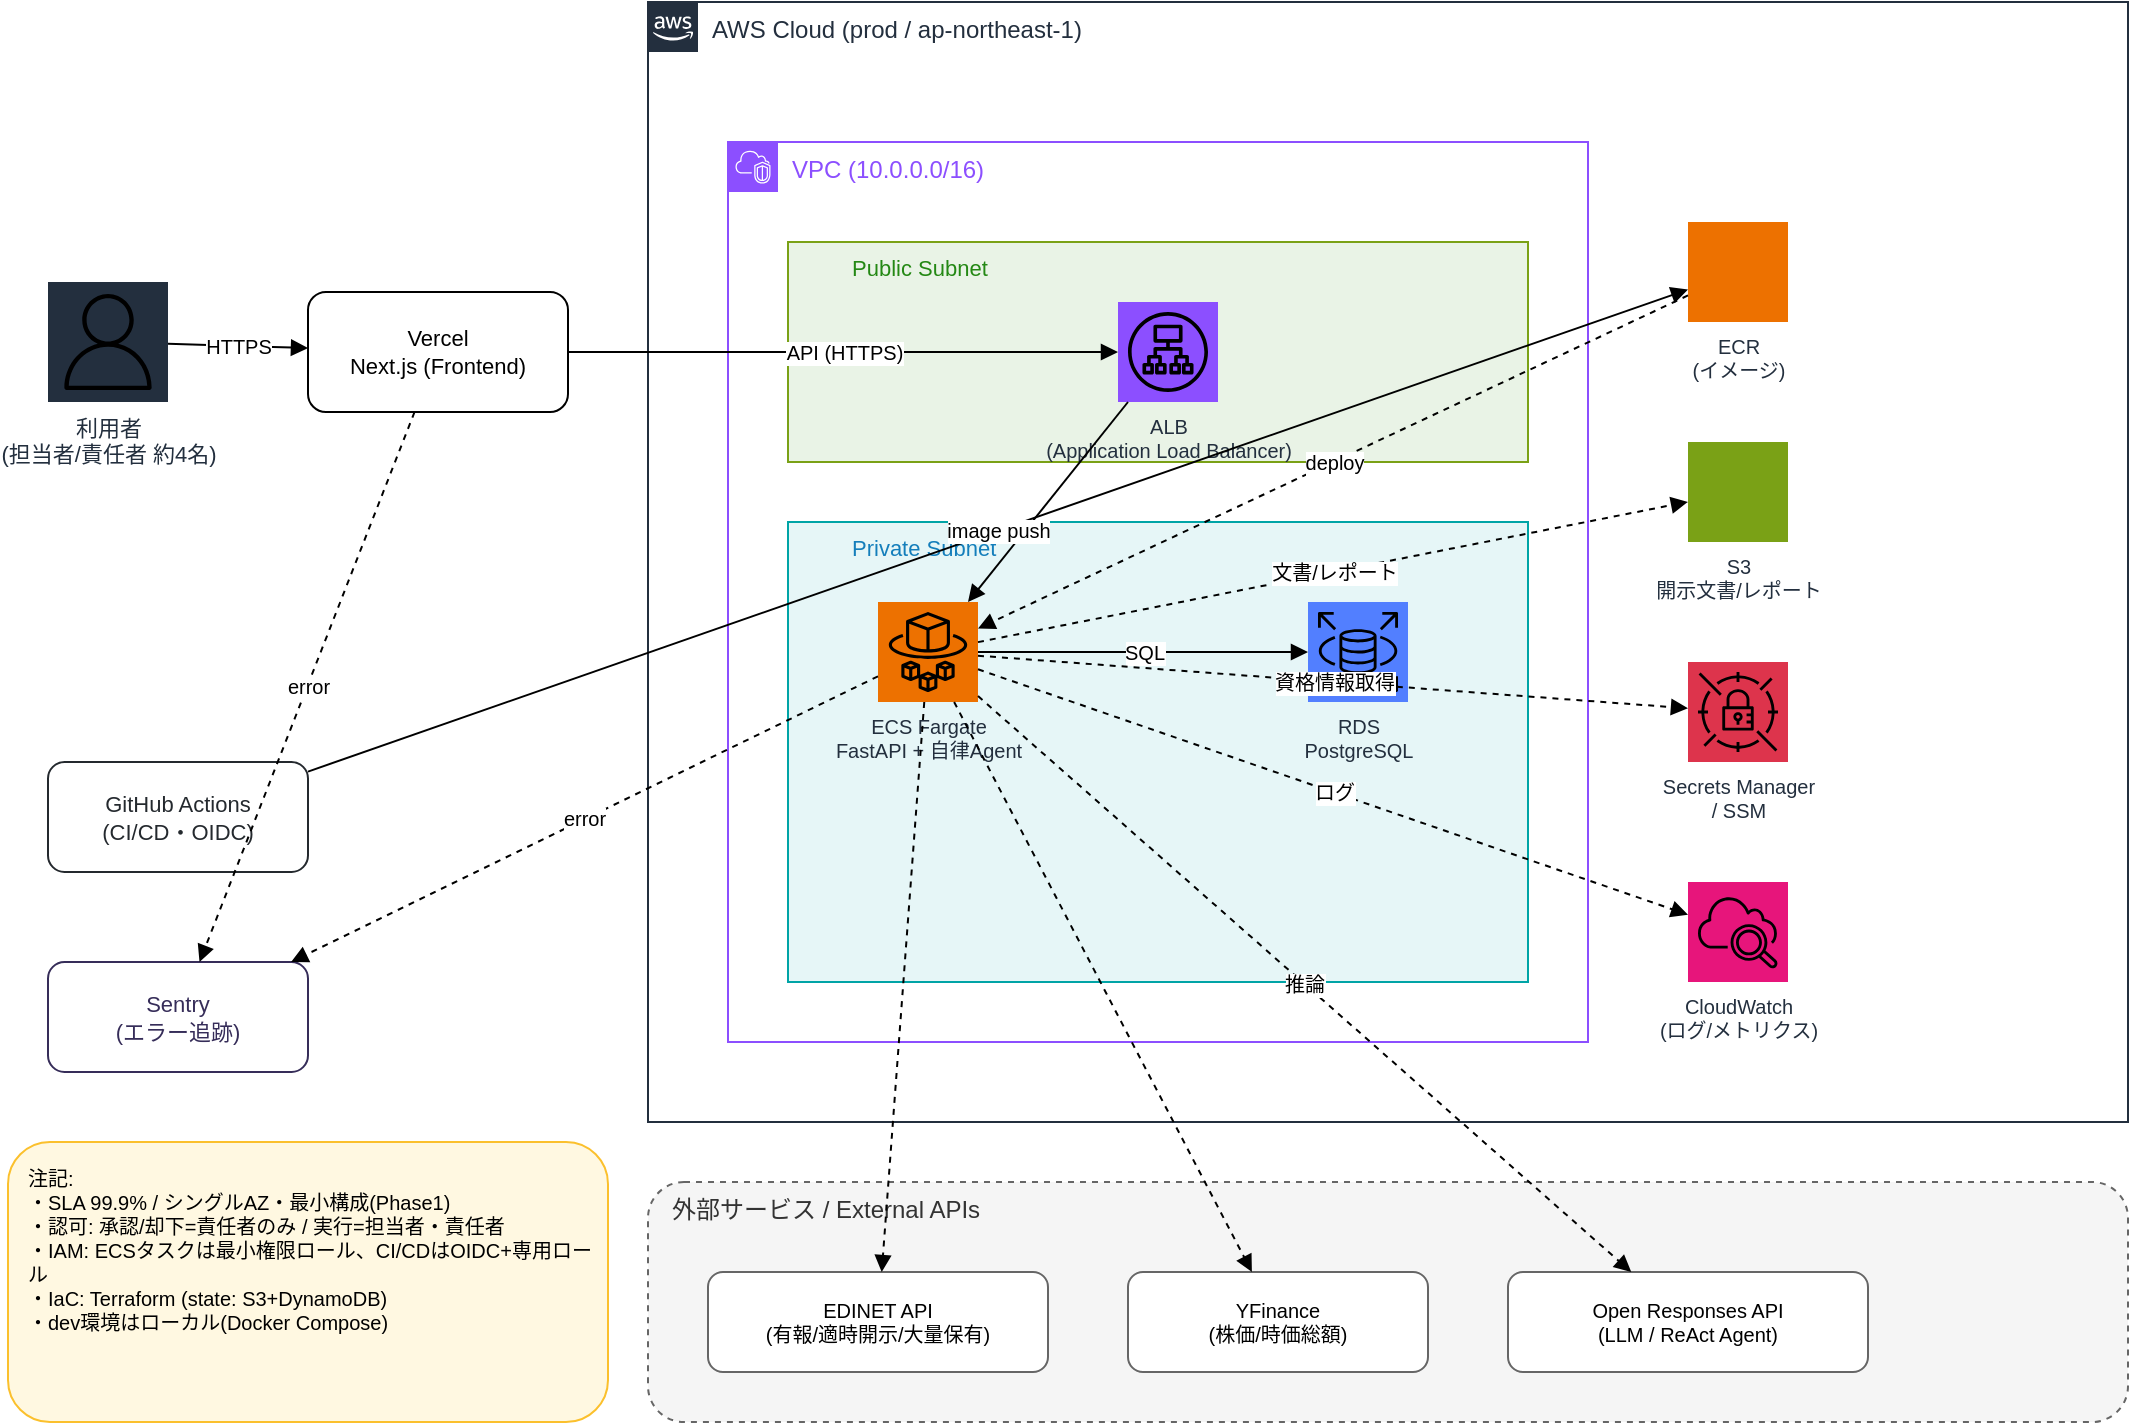
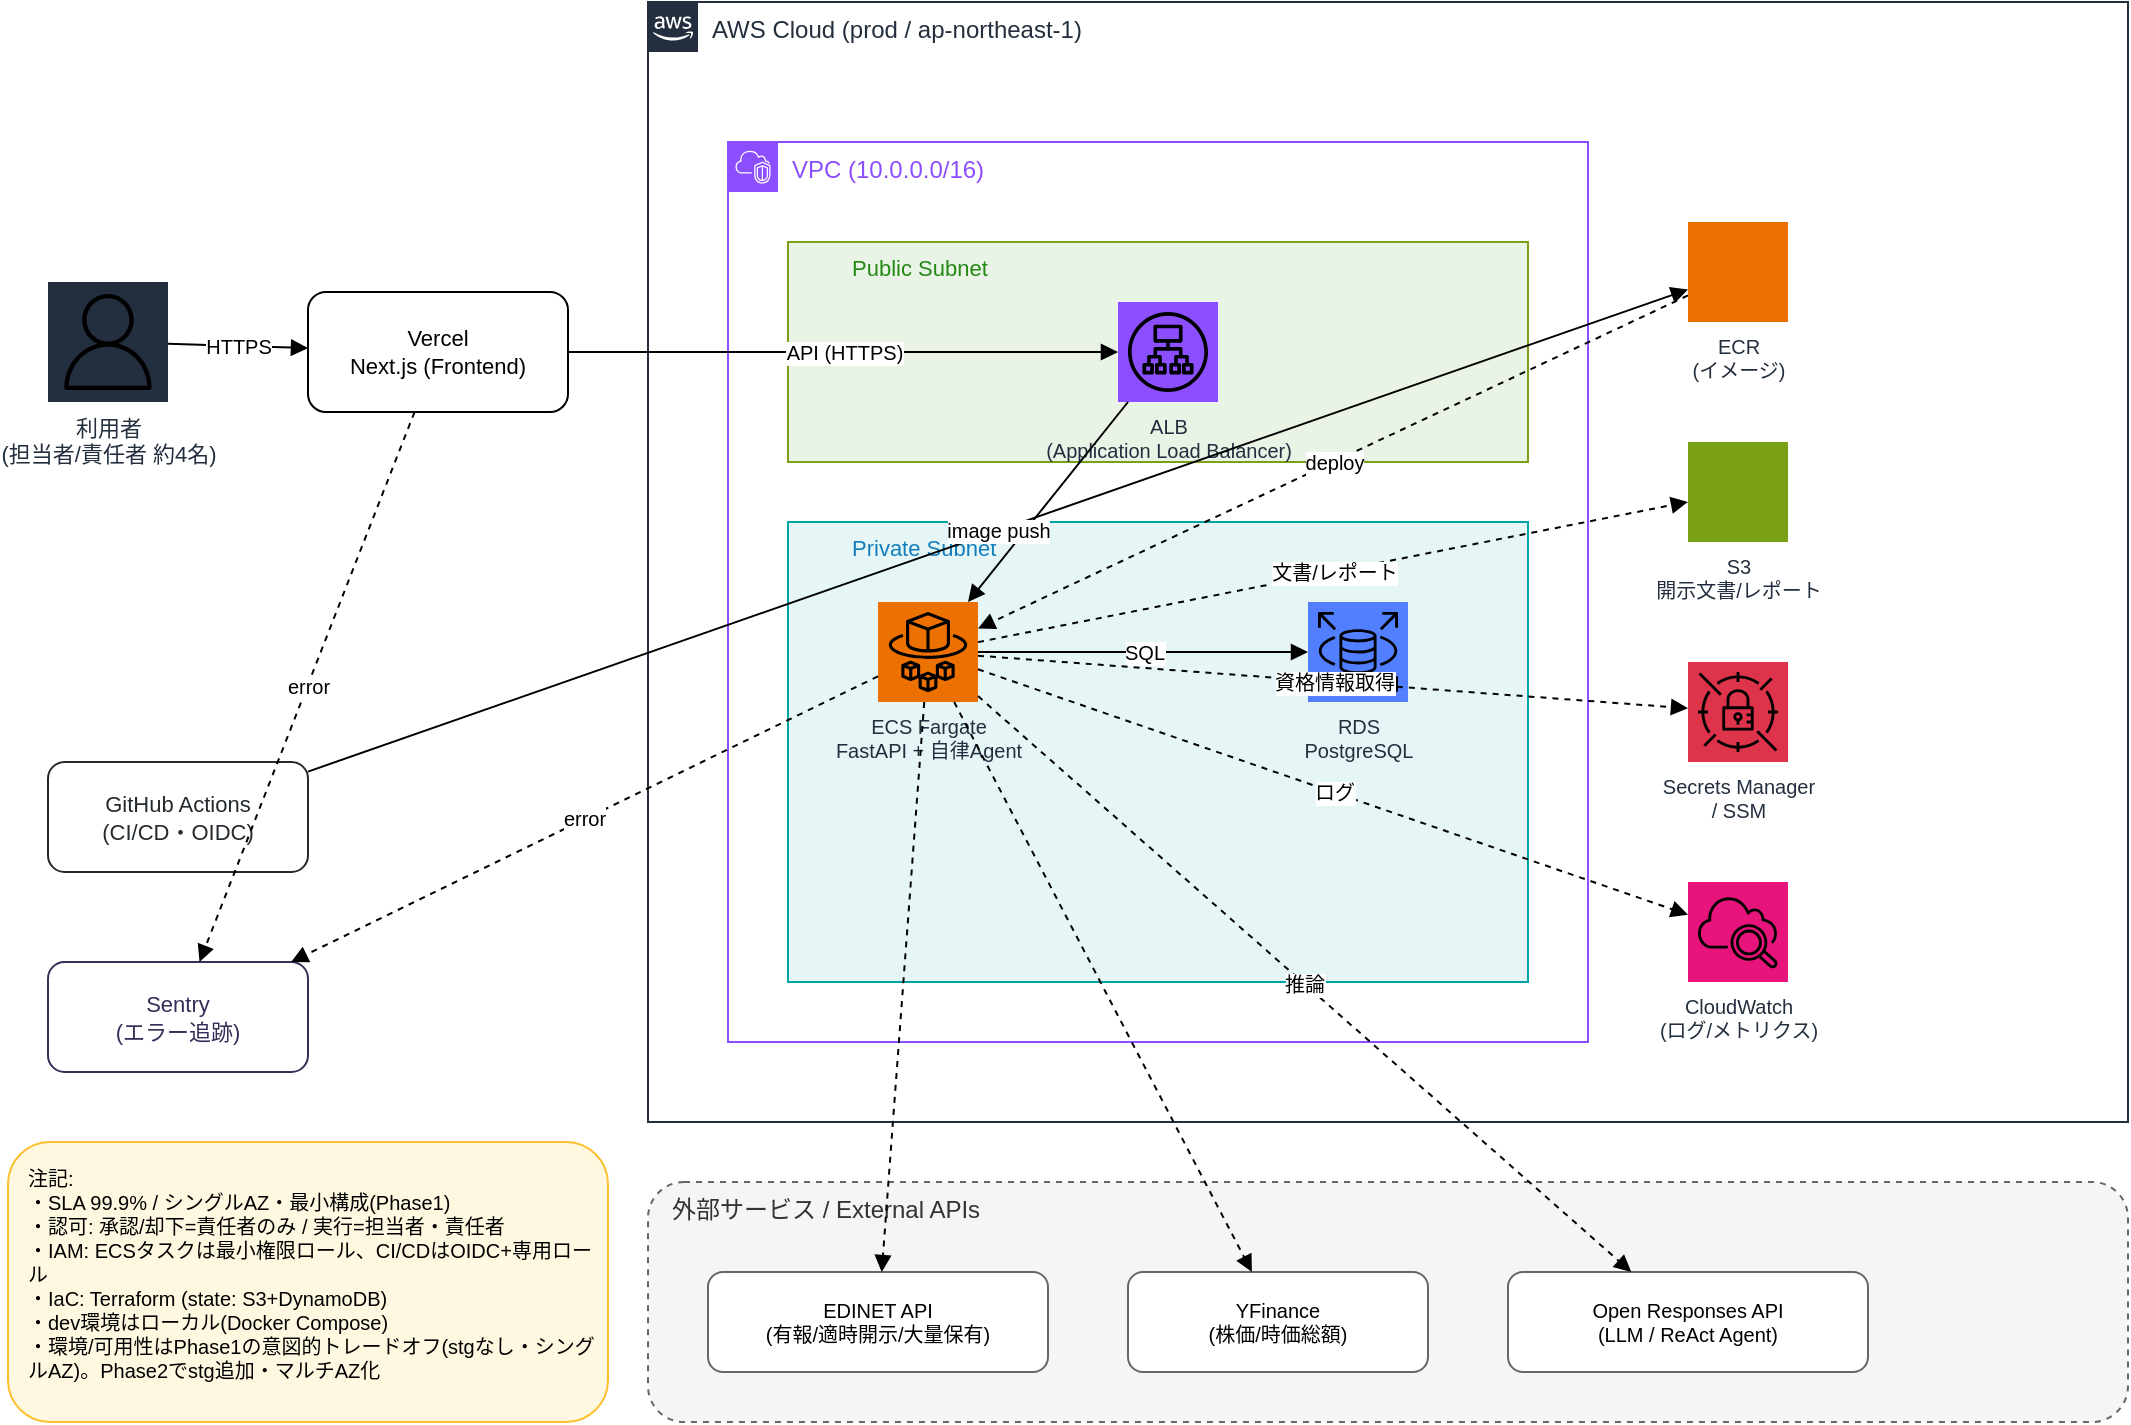
<?xml version="1.0" encoding="UTF-8"?>
<mxfile host="app.diagrams.net" type="device">
  <diagram name="クラウド構成図(prod)" id="cloud-prod">
    <mxGraphModel dx="1200" dy="800" grid="1" gridSize="10" guides="1" tooltips="1" connect="1" arrows="1" fold="1" page="1" pageScale="1" pageWidth="1169" pageHeight="826" math="0" shadow="0">
      <root>
        <mxCell id="0"/>
        <mxCell id="1" parent="0"/>

        <!-- ===== Containers (背景・先に宣言してz順を下に) ===== -->
        <mxCell id="awscloud" value="AWS Cloud (prod / ap-northeast-1)" style="sketch=0;points=[[0,0],[0.25,0],[0.5,0],[0.75,0],[1,0],[1,0.25],[1,0.5],[1,0.75],[1,1],[0.75,1],[0.5,1],[0.25,1],[0,1],[0,0.75],[0,0.5],[0,0.25]];outlineConnect=0;gradientColor=none;html=1;whiteSpace=wrap;fontSize=12;fontStyle=0;container=0;pointerEvents=0;collapsible=0;recursiveResize=0;shape=mxgraph.aws4.group;grIcon=mxgraph.aws4.group_aws_cloud_alt;strokeColor=#232F3E;fillColor=none;verticalAlign=top;align=left;spacingLeft=30;fontColor=#232F3E;dashed=0;" vertex="1" parent="1">
          <mxGeometry x="360" y="40" width="740" height="560" as="geometry"/>
        </mxCell>

        <mxCell id="vpc" value="VPC (10.0.0.0/16)" style="sketch=0;outlineConnect=0;gradientColor=none;html=1;whiteSpace=wrap;fontSize=12;fontStyle=0;container=0;pointerEvents=0;collapsible=0;recursiveResize=0;shape=mxgraph.aws4.group;grIcon=mxgraph.aws4.group_vpc2;strokeColor=#8C4FFF;fillColor=none;verticalAlign=top;align=left;spacingLeft=30;fontColor=#8C4FFF;dashed=0;" vertex="1" parent="1">
          <mxGeometry x="400" y="110" width="430" height="450" as="geometry"/>
        </mxCell>

        <mxCell id="subpub" value="Public Subnet" style="sketch=0;outlineConnect=0;gradientColor=none;html=1;whiteSpace=wrap;fontSize=11;fontStyle=0;container=0;pointerEvents=0;collapsible=0;recursiveResize=0;shape=mxgraph.aws4.group;grIcon=mxgraph.aws4.group_public_subnet;strokeColor=#7AA116;fillColor=#E9F3E6;verticalAlign=top;align=left;spacingLeft=30;fontColor=#248814;dashed=0;" vertex="1" parent="1">
          <mxGeometry x="430" y="160" width="370" height="110" as="geometry"/>
        </mxCell>

        <mxCell id="subpri" value="Private Subnet" style="sketch=0;outlineConnect=0;gradientColor=none;html=1;whiteSpace=wrap;fontSize=11;fontStyle=0;container=0;pointerEvents=0;collapsible=0;recursiveResize=0;shape=mxgraph.aws4.group;grIcon=mxgraph.aws4.group_private_subnet;strokeColor=#00A4A6;fillColor=#E6F6F7;verticalAlign=top;align=left;spacingLeft=30;fontColor=#147EBB;dashed=0;" vertex="1" parent="1">
          <mxGeometry x="430" y="300" width="370" height="230" as="geometry"/>
        </mxCell>

        <mxCell id="extbox" value="外部サービス / External APIs" style="rounded=1;whiteSpace=wrap;html=1;dashed=1;strokeColor=#666666;fillColor=#F5F5F5;verticalAlign=top;align=left;spacingLeft=10;fontColor=#333333;fontSize=12;" vertex="1" parent="1">
          <mxGeometry x="360" y="630" width="740" height="120" as="geometry"/>
        </mxCell>

        <!-- ===== Icons ===== -->
        <mxCell id="user" value="利用者&#10;(担当者/責任者 約4名)" style="sketch=0;outlineConnect=0;fontColor=#232F3E;gradientColor=none;fillColor=#232F3E;strokeColor=none;dashed=0;verticalLabelPosition=bottom;verticalAlign=top;align=center;html=1;fontSize=11;shape=mxgraph.aws4.resourceIcon;resIcon=mxgraph.aws4.user;" vertex="1" parent="1">
          <mxGeometry x="60" y="180" width="60" height="60" as="geometry"/>
        </mxCell>

        <mxCell id="vercel" value="Vercel&#10;Next.js (Frontend)" style="rounded=1;whiteSpace=wrap;html=1;fillColor=#FFFFFF;strokeColor=#000000;fontSize=11;fontColor=#000000;" vertex="1" parent="1">
          <mxGeometry x="190" y="185" width="130" height="60" as="geometry"/>
        </mxCell>

        <mxCell id="alb" value="ALB&#10;(Application Load Balancer)" style="sketch=0;outlineConnect=0;fontColor=#232F3E;gradientColor=none;fillColor=#8C4FFF;strokeColor=none;dashed=0;verticalLabelPosition=bottom;verticalAlign=top;align=center;html=1;fontSize=10;shape=mxgraph.aws4.resourceIcon;resIcon=mxgraph.aws4.application_load_balancer;" vertex="1" parent="1">
          <mxGeometry x="595" y="190" width="50" height="50" as="geometry"/>
        </mxCell>

        <mxCell id="ecs" value="ECS Fargate&#10;FastAPI + 自律Agent" style="sketch=0;outlineConnect=0;fontColor=#232F3E;gradientColor=none;fillColor=#ED7100;strokeColor=none;dashed=0;verticalLabelPosition=bottom;verticalAlign=top;align=center;html=1;fontSize=10;shape=mxgraph.aws4.resourceIcon;resIcon=mxgraph.aws4.fargate;" vertex="1" parent="1">
          <mxGeometry x="475" y="340" width="50" height="50" as="geometry"/>
        </mxCell>

        <mxCell id="rds" value="RDS&#10;PostgreSQL" style="sketch=0;outlineConnect=0;fontColor=#232F3E;gradientColor=none;fillColor=#527FFF;strokeColor=none;dashed=0;verticalLabelPosition=bottom;verticalAlign=top;align=center;html=1;fontSize=10;shape=mxgraph.aws4.resourceIcon;resIcon=mxgraph.aws4.rds;" vertex="1" parent="1">
          <mxGeometry x="690" y="340" width="50" height="50" as="geometry"/>
        </mxCell>

        <mxCell id="ecr" value="ECR&#10;(イメージ)" style="sketch=0;outlineConnect=0;fontColor=#232F3E;gradientColor=none;fillColor=#ED7100;strokeColor=none;dashed=0;verticalLabelPosition=bottom;verticalAlign=top;align=center;html=1;fontSize=10;shape=mxgraph.aws4.resourceIcon;resIcon=mxgraph.aws4.elastic_container_registry;" vertex="1" parent="1">
          <mxGeometry x="880" y="150" width="50" height="50" as="geometry"/>
        </mxCell>

        <mxCell id="s3" value="S3&#10;開示文書/レポート" style="sketch=0;outlineConnect=0;fontColor=#232F3E;gradientColor=none;fillColor=#7AA116;strokeColor=none;dashed=0;verticalLabelPosition=bottom;verticalAlign=top;align=center;html=1;fontSize=10;shape=mxgraph.aws4.resourceIcon;resIcon=mxgraph.aws4.simple_storage_service;" vertex="1" parent="1">
          <mxGeometry x="880" y="260" width="50" height="50" as="geometry"/>
        </mxCell>

        <mxCell id="secrets" value="Secrets Manager&#10;/ SSM" style="sketch=0;outlineConnect=0;fontColor=#232F3E;gradientColor=none;fillColor=#DD344C;strokeColor=none;dashed=0;verticalLabelPosition=bottom;verticalAlign=top;align=center;html=1;fontSize=10;shape=mxgraph.aws4.resourceIcon;resIcon=mxgraph.aws4.secrets_manager;" vertex="1" parent="1">
          <mxGeometry x="880" y="370" width="50" height="50" as="geometry"/>
        </mxCell>

        <mxCell id="cw" value="CloudWatch&#10;(ログ/メトリクス)" style="sketch=0;outlineConnect=0;fontColor=#232F3E;gradientColor=none;fillColor=#E7157B;strokeColor=none;dashed=0;verticalLabelPosition=bottom;verticalAlign=top;align=center;html=1;fontSize=10;shape=mxgraph.aws4.resourceIcon;resIcon=mxgraph.aws4.cloudwatch_2;" vertex="1" parent="1">
          <mxGeometry x="880" y="480" width="50" height="50" as="geometry"/>
        </mxCell>

        <!-- External services -->
        <mxCell id="edinet" value="EDINET API&#10;(有報/適時開示/大量保有)" style="rounded=1;whiteSpace=wrap;html=1;fillColor=#FFFFFF;strokeColor=#666666;fontSize=10;" vertex="1" parent="1">
          <mxGeometry x="390" y="675" width="170" height="50" as="geometry"/>
        </mxCell>

        <mxCell id="yfinance" value="YFinance&#10;(株価/時価総額)" style="rounded=1;whiteSpace=wrap;html=1;fillColor=#FFFFFF;strokeColor=#666666;fontSize=10;" vertex="1" parent="1">
          <mxGeometry x="600" y="675" width="150" height="50" as="geometry"/>
        </mxCell>

        <mxCell id="llm" value="Open Responses API&#10;(LLM / ReAct Agent)" style="rounded=1;whiteSpace=wrap;html=1;fillColor=#FFFFFF;strokeColor=#666666;fontSize=10;" vertex="1" parent="1">
          <mxGeometry x="790" y="675" width="180" height="50" as="geometry"/>
        </mxCell>

        <!-- CI/CD & Error tracking -->
        <mxCell id="gha" value="GitHub Actions&#10;(CI/CD・OIDC)" style="rounded=1;whiteSpace=wrap;html=1;fillColor=#FFFFFF;strokeColor=#24292E;fontSize=11;fontColor=#24292E;" vertex="1" parent="1">
          <mxGeometry x="60" y="420" width="130" height="55" as="geometry"/>
        </mxCell>

        <mxCell id="sentry" value="Sentry&#10;(エラー追跡)" style="rounded=1;whiteSpace=wrap;html=1;fillColor=#FFFFFF;strokeColor=#362D59;fontSize=11;fontColor=#362D59;" vertex="1" parent="1">
          <mxGeometry x="60" y="520" width="130" height="55" as="geometry"/>
        </mxCell>

        <!-- ===== Edges ===== -->
        <mxCell id="e_user_vercel" value="HTTPS" style="endArrow=block;html=1;fontSize=10;" edge="1" parent="1" source="user" target="vercel">
          <mxGeometry relative="1" as="geometry"/>
        </mxCell>
        <mxCell id="e_vercel_alb" value="API (HTTPS)" style="endArrow=block;html=1;fontSize=10;" edge="1" parent="1" source="vercel" target="alb">
          <mxGeometry relative="1" as="geometry"/>
        </mxCell>
        <mxCell id="e_alb_ecs" value="" style="endArrow=block;html=1;" edge="1" parent="1" source="alb" target="ecs">
          <mxGeometry relative="1" as="geometry"/>
        </mxCell>
        <mxCell id="e_ecs_rds" value="SQL" style="endArrow=block;html=1;fontSize=10;" edge="1" parent="1" source="ecs" target="rds">
          <mxGeometry relative="1" as="geometry"/>
        </mxCell>
        <mxCell id="e_ecs_s3" value="文書/レポート" style="endArrow=block;html=1;fontSize=10;dashed=1;" edge="1" parent="1" source="ecs" target="s3">
          <mxGeometry relative="1" as="geometry"/>
        </mxCell>
        <mxCell id="e_ecs_secrets" value="資格情報取得" style="endArrow=block;html=1;fontSize=10;dashed=1;" edge="1" parent="1" source="ecs" target="secrets">
          <mxGeometry relative="1" as="geometry"/>
        </mxCell>
        <mxCell id="e_ecs_cw" value="ログ" style="endArrow=block;html=1;fontSize=10;dashed=1;" edge="1" parent="1" source="ecs" target="cw">
          <mxGeometry relative="1" as="geometry"/>
        </mxCell>
        <mxCell id="e_ecs_edinet" value="" style="endArrow=block;html=1;dashed=1;" edge="1" parent="1" source="ecs" target="edinet">
          <mxGeometry relative="1" as="geometry"/>
        </mxCell>
        <mxCell id="e_ecs_yf" value="" style="endArrow=block;html=1;dashed=1;" edge="1" parent="1" source="ecs" target="yfinance">
          <mxGeometry relative="1" as="geometry"/>
        </mxCell>
        <mxCell id="e_ecs_llm" value="推論" style="endArrow=block;html=1;fontSize=10;dashed=1;" edge="1" parent="1" source="ecs" target="llm">
          <mxGeometry relative="1" as="geometry"/>
        </mxCell>
        <mxCell id="e_gha_ecr" value="image push" style="endArrow=block;html=1;fontSize=10;" edge="1" parent="1" source="gha" target="ecr">
          <mxGeometry relative="1" as="geometry"/>
        </mxCell>
        <mxCell id="e_ecr_ecs" value="deploy" style="endArrow=block;html=1;fontSize=10;dashed=1;" edge="1" parent="1" source="ecr" target="ecs">
          <mxGeometry relative="1" as="geometry"/>
        </mxCell>
        <mxCell id="e_ecs_sentry" value="error" style="endArrow=block;html=1;fontSize=10;dashed=1;" edge="1" parent="1" source="ecs" target="sentry">
          <mxGeometry relative="1" as="geometry"/>
        </mxCell>
        <mxCell id="e_vercel_sentry" value="error" style="endArrow=block;html=1;fontSize=10;dashed=1;" edge="1" parent="1" source="vercel" target="sentry">
          <mxGeometry relative="1" as="geometry"/>
        </mxCell>

        <!-- 注記 -->
-         <mxCell id="note" value="注記:&#10;・SLA 99.9% / シングルAZ・最小構成(Phase1)&#10;・認可: 承認/却下=責任者のみ / 実行=担当者・責任者&#10;・IAM: ECSタスクは最小権限ロール、CI/CDはOIDC+専用ロール&#10;・IaC: Terraform (state: S3+DynamoDB)&#10;・dev環境はローカル(Docker Compose)" style="rounded=1;whiteSpace=wrap;html=1;align=left;verticalAlign=top;fillColor=#FFF8E1;strokeColor=#FBC02D;fontSize=10;spacingLeft=8;spacingTop=6;" vertex="1" parent="1">
+         <mxCell id="note" value="注記:&#10;・SLA 99.9% / シングルAZ・最小構成(Phase1)&#10;・認可: 承認/却下=責任者のみ / 実行=担当者・責任者&#10;・IAM: ECSタスクは最小権限ロール、CI/CDはOIDC+専用ロール&#10;・IaC: Terraform (state: S3+DynamoDB)&#10;・dev環境はローカル(Docker Compose)&#10;・環境/可用性はPhase1の意図的トレードオフ(stgなし・シングルAZ)。Phase2でstg追加・マルチAZ化" style="rounded=1;whiteSpace=wrap;html=1;align=left;verticalAlign=top;fillColor=#FFF8E1;strokeColor=#FBC02D;fontSize=10;spacingLeft=8;spacingTop=6;" vertex="1" parent="1">
          <mxGeometry x="40" y="610" width="300" height="140" as="geometry"/>
        </mxCell>

      </root>
    </mxGraphModel>
  </diagram>
</mxfile>
